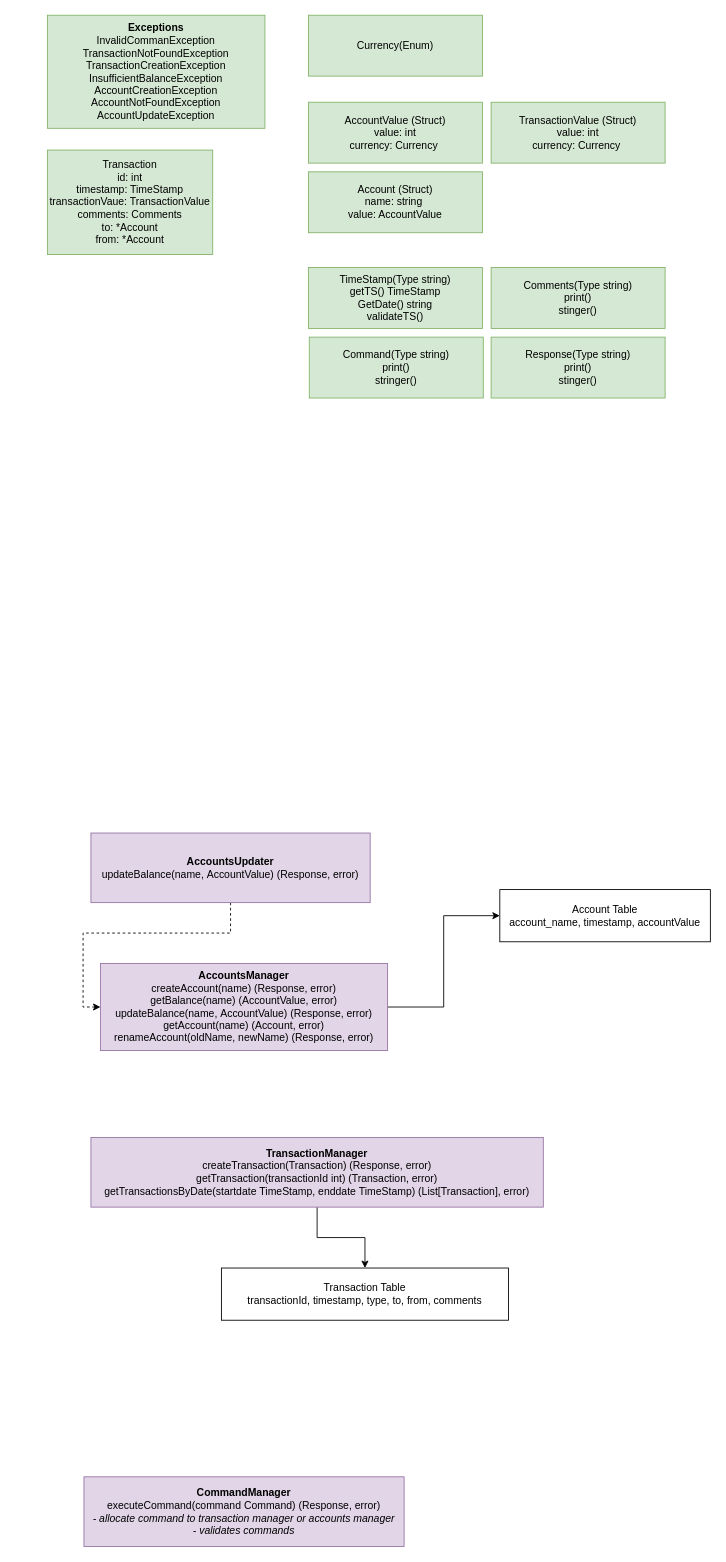
Above: page "LLD" (2 of 3) of architecture/personal_finance_utility.drawio in pogo420/persofin (draw.io), before the change. Source tidied: cells renumbered, new cells numbered last; positions are measured from the earlier drawing's top-left corner, leaving out a move shared by most shapes. Both pictures are drawn from the tidied source at 87%, with x=0, y=0 at pixel (47, 15).
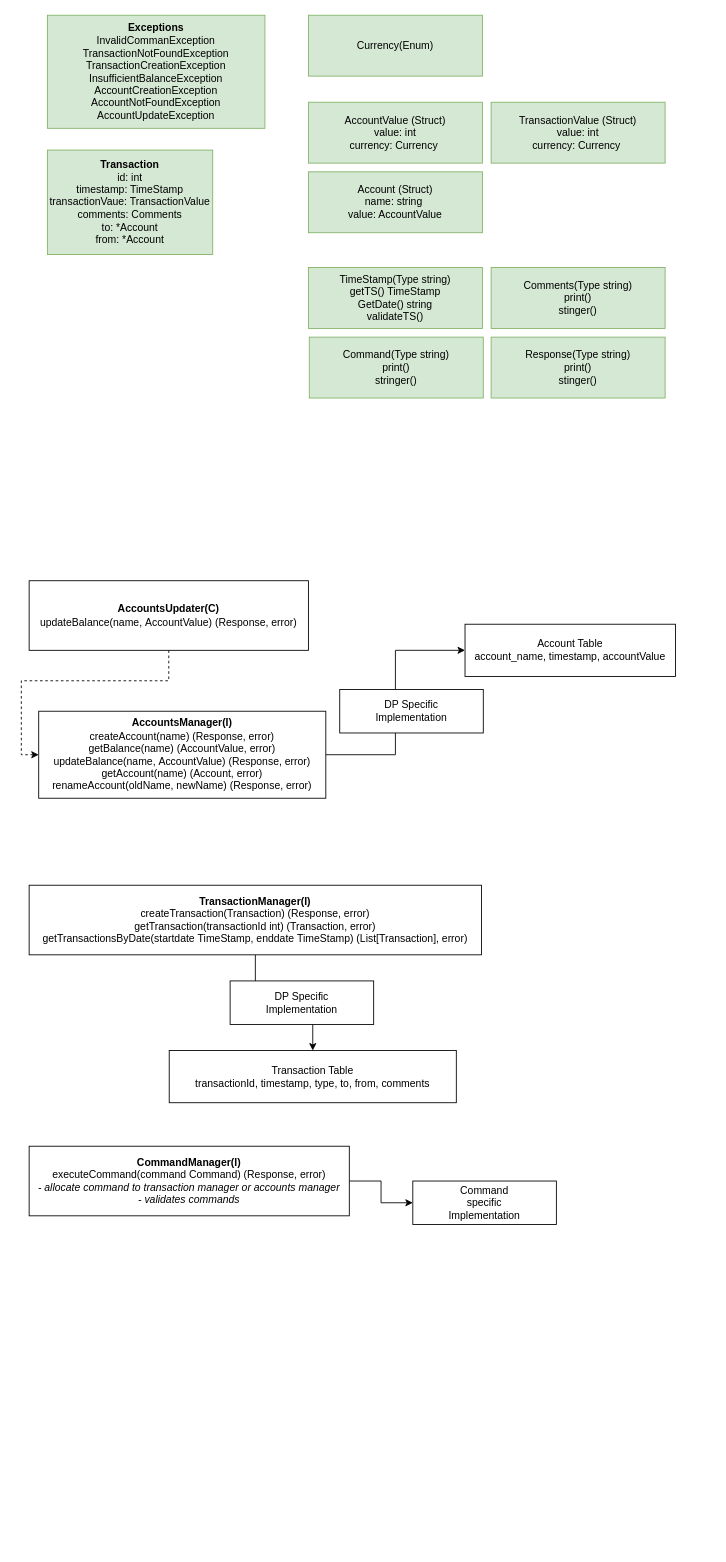
Above is the later version.

Change to the diagram source:
```diff
@@
-    <mxCell id="2" value="Transaction&lt;br&gt;id: int&lt;br&gt;timestamp: TimeStamp&lt;br&gt;transactionVaue: TransactionValue&lt;br&gt;comments: Comments&lt;br&gt;to: *Account&lt;br&gt;from: *Account" style="rounded=0;whiteSpace=wrap;html=1;fillColor=#d5e8d4;strokeColor=#82b366;" parent="1" vertex="1">
+    <mxCell id="2" value="&lt;b&gt;Transaction&lt;/b&gt;&lt;br&gt;id: int&lt;br&gt;timestamp: TimeStamp&lt;br&gt;transactionVaue: TransactionValue&lt;br&gt;comments: Comments&lt;br&gt;to: *Account&lt;br&gt;from: *Account" style="rounded=0;whiteSpace=wrap;html=1;fillColor=#d5e8d4;strokeColor=#82b366;" parent="1" vertex="1">
       <mxGeometry y="155" width="190" height="120" as="geometry" />
     </mxCell>
@@
-    <mxCell id="7" value="&lt;b&gt;TransactionManager&lt;br&gt;&lt;/b&gt;createTransaction(Transaction) (Response, error)&lt;br&gt;getTransaction(transactionId int) (Transaction, error)&lt;br&gt;getTransactionsByDate(startdate&amp;nbsp;TimeStamp, enddate&amp;nbsp;TimeStamp) (List[Transaction], error)" style="rounded=0;whiteSpace=wrap;html=1;fillColor=#e1d5e7;strokeColor=#9673a6;" parent="1" vertex="1">
-      <mxGeometry x="50" y="1290" width="520" height="80" as="geometry" />
+    <mxCell id="7" value="&lt;b&gt;TransactionManager(I)&lt;br&gt;&lt;/b&gt;createTransaction(Transaction) (Response, error)&lt;br&gt;getTransaction(transactionId int) (Transaction, error)&lt;br&gt;getTransactionsByDate(startdate&amp;nbsp;TimeStamp, enddate&amp;nbsp;TimeStamp) (List[Transaction], error)" style="rounded=0;whiteSpace=wrap;html=1;" parent="1" vertex="1">
+      <mxGeometry x="-21" y="1000" width="520" height="80" as="geometry" />
     </mxCell>
@@
-    <mxCell id="9" value="&lt;b&gt;AccountsManager&lt;br&gt;&lt;/b&gt;createAccount(name) (Response, error)&lt;br&gt;getBalance(name) (AccountValue, error)&lt;br&gt;updateBalance(name,&amp;nbsp;AccountValue) (Response, error)&lt;br&gt;getAccount(name) (Account, error)&lt;br&gt;renameAccount(oldName, newName) (Response, error)" style="rounded=0;whiteSpace=wrap;html=1;fillColor=#e1d5e7;strokeColor=#9673a6;" parent="1" vertex="1">
-      <mxGeometry x="61" y="1090" width="330" height="100" as="geometry" />
+    <mxCell id="9" value="&lt;b&gt;AccountsManager(I)&lt;br&gt;&lt;/b&gt;createAccount(name) (Response, error)&lt;br&gt;getBalance(name) (AccountValue, error)&lt;br&gt;updateBalance(name,&amp;nbsp;AccountValue) (Response, error)&lt;br&gt;getAccount(name) (Account, error)&lt;br&gt;renameAccount(oldName, newName) (Response, error)" style="rounded=0;whiteSpace=wrap;html=1;" parent="1" vertex="1">
+      <mxGeometry x="-10" y="800" width="330" height="100" as="geometry" />
     </mxCell>
     <mxCell id="10" value="Account Table&lt;br&gt;account_name, timestamp, accountValue" style="rounded=0;whiteSpace=wrap;html=1;" parent="1" vertex="1">
-      <mxGeometry x="520" y="1005" width="242" height="60" as="geometry" />
+      <mxGeometry x="480" y="700" width="242" height="60" as="geometry" />
     </mxCell>
     <mxCell id="11" value="Transaction Table&lt;br&gt;transactionId, timestamp, type, to, from, comments" style="rounded=0;whiteSpace=wrap;html=1;" parent="1" vertex="1">
-      <mxGeometry x="200" y="1440" width="330" height="60" as="geometry" />
+      <mxGeometry x="140" y="1190" width="330" height="60" as="geometry" />
     </mxCell>
@@
-    <mxCell id="16" value="&lt;b&gt;AccountsUpdater&lt;/b&gt;&lt;br&gt;updateBalance(name,&amp;nbsp;AccountValue) (Response, error)" style="rounded=0;whiteSpace=wrap;html=1;fillColor=#e1d5e7;strokeColor=#9673a6;" parent="1" vertex="1">
-      <mxGeometry x="50" y="940" width="321" height="80" as="geometry" />
+    <mxCell id="16" value="&lt;b&gt;AccountsUpdater(C)&lt;/b&gt;&lt;br&gt;updateBalance(name,&amp;nbsp;AccountValue) (Response, error)" style="rounded=0;whiteSpace=wrap;html=1;" parent="1" vertex="1">
+      <mxGeometry x="-21" y="650" width="321" height="80" as="geometry" />
     </mxCell>
+    <mxCell id="21" style="edgeStyle=orthogonalEdgeStyle;rounded=0;jettySize=auto;html=1;" parent="1" edge="1" source="17" target="24">
+      <mxGeometry relative="1" as="geometry" />
+    </mxCell>
-    <mxCell id="17" value="&lt;b&gt;CommandManager&lt;br&gt;&lt;/b&gt;executeCommand(command Command) (Response, error)&lt;br&gt;&lt;i&gt;- allocate command to transaction manager or accounts manager&lt;br&gt;- validates commands&lt;br&gt;&lt;/i&gt;" style="rounded=0;whiteSpace=wrap;html=1;fillColor=#e1d5e7;strokeColor=#9673a6;" parent="1" vertex="1">
-      <mxGeometry x="42" y="1680" width="368" height="80" as="geometry" />
+    <mxCell id="17" value="&lt;b&gt;CommandManager(I)&lt;br&gt;&lt;/b&gt;executeCommand(command Command) (Response, error)&lt;br&gt;&lt;i&gt;- allocate command to transaction manager or accounts manager&lt;br&gt;- validates commands&lt;br&gt;&lt;/i&gt;" style="rounded=0;whiteSpace=wrap;html=1;" parent="1" vertex="1">
+      <mxGeometry x="-21" y="1300" width="368" height="80" as="geometry" />
     </mxCell>
@@
+    <mxCell id="22" value="&lt;span style=&quot;font-weight: normal&quot;&gt;DP Specific &lt;br&gt;Implementation&lt;/span&gt;" style="rounded=0;whiteSpace=wrap;html=1;fontStyle=1;" parent="1" vertex="1">
+      <mxGeometry x="336" y="775" width="165" height="50" as="geometry" />
+    </mxCell>
+    <mxCell id="23" value="DP Specific &lt;br&gt;Implementation" style="rounded=0;whiteSpace=wrap;html=1;" parent="1" vertex="1">
+      <mxGeometry x="210" y="1110" width="165" height="50" as="geometry" />
+    </mxCell>
+    <mxCell id="24" value="Command&lt;br&gt;specific &lt;br&gt;Implementation" style="rounded=0;whiteSpace=wrap;html=1;" parent="1" vertex="1">
+      <mxGeometry x="420" y="1340" width="165" height="50" as="geometry" />
+    </mxCell>
```
